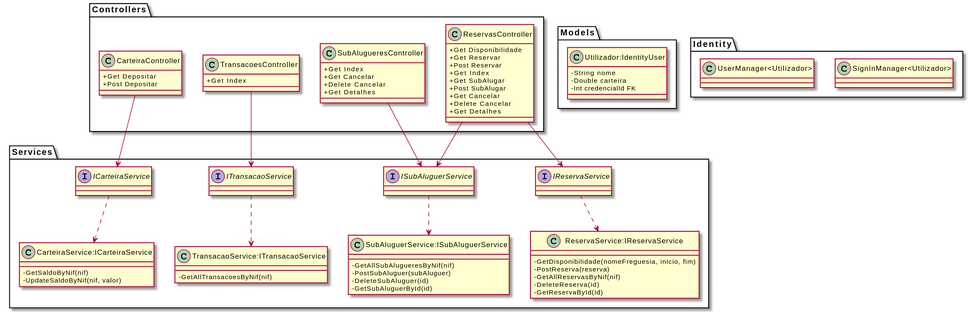
UPskillDOTNET/Jakim-das-Coives-S.A. keeps this PlantUML diagram as Documentos/Sprint4/Design OO/CD-FrontEnd.svg. Above is the earlier version.
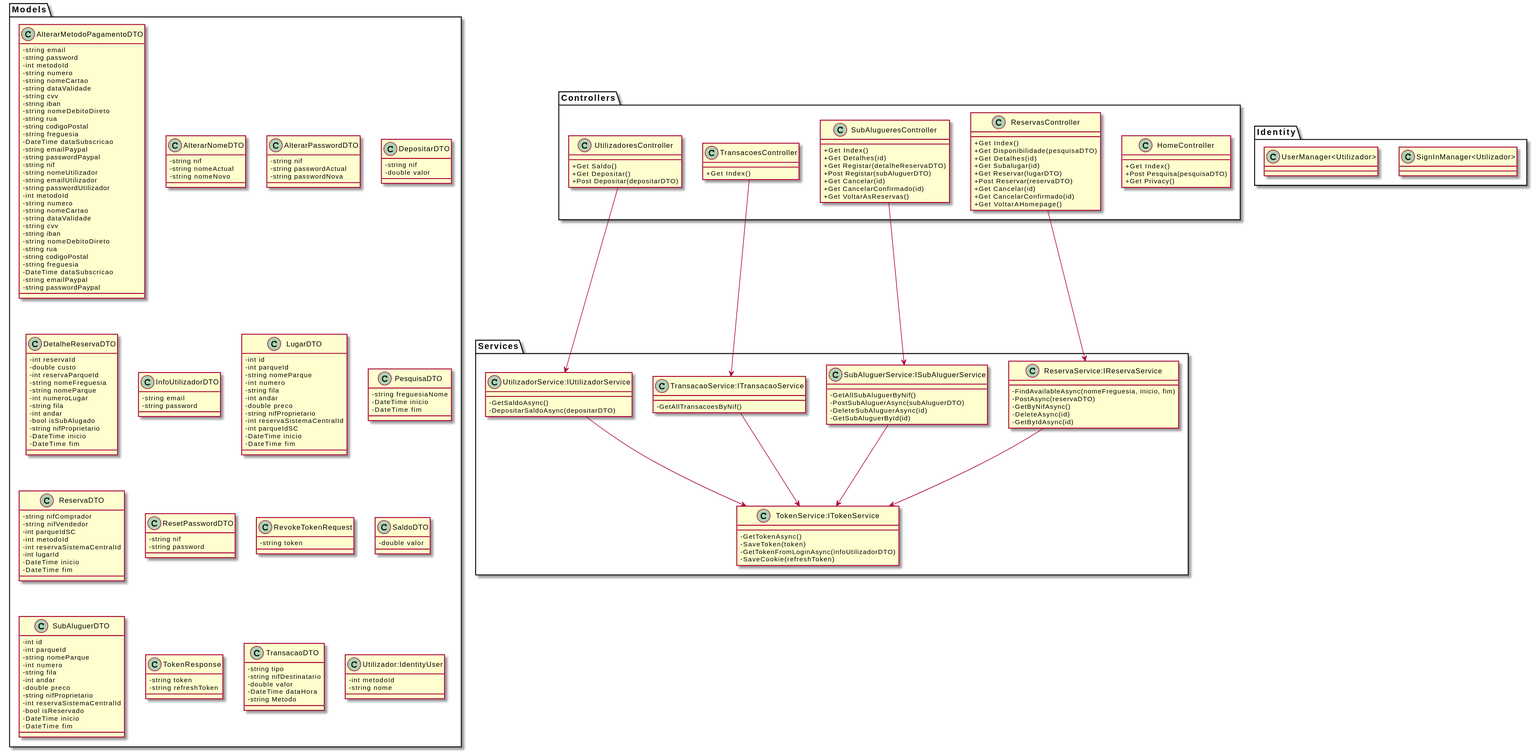
Later version of the same file.

The edit, as a diff of the source:
```diff
@@ -4,73 +4,233 @@
 package Services <<Folder>> {
 
 class ReservaService:IReservaService {
-  - GetDisponibilidade(nomeFreguesia, inicio, fim)
-  - PostReserva(reserva)
-  - GetAllReservasByNif(nif)
-  - DeleteReserva(id)
-  - GetReservaById(id)
+  - FindAvailableAsync(nomeFreguesia, inicio, fim)
+  - PostAsync(reservaDTO)
+  - GetByNifAsync()
+  - DeleteAsync(id)
+  - GetByIdAsync(id)
 }
-interface IReservaService {}
 
 class SubAluguerService:ISubAluguerService {
-  - GetAllSubAlugueresByNif(nif)
-  - PostSubAluguer(subAluguer)
-  - DeleteSubAluguer(id)
+  - GetAllSubAluguerByNif()
+  - PostSubAluguerAsync(subAluguerDTO)
+  - DeleteSubAluguerAsync(id)
   - GetSubAluguerById(id)
 }
-interface ISubAluguerService {}
+
+class TokenService:ITokenService {
+  - GetTokenAsync()
+  - SaveToken(token)
+  - GetTokenFromLoginAsync(infoUtilizadorDTO)
+  - SaveCookie(refreshToken)
+}
 
 class TransacaoService:ITransacaoService {
-  - GetAllTransacoesByNif(nif)
+  - GetAllTransacoesByNif()
 }
-interface ITransacaoService {}
 
-class CarteiraService:ICarteiraService {
-  - GetSaldoByNif(nif)
-  - UpdateSaldoByNif(nif, valor)
+class UtilizadorService:IUtilizadorService {
+  - GetSaldoAsync()
+  - DepositarSaldoAsync(depositarDTO)
 }
-interface ICarteiraService {}
 
 }
 
 package Controllers <<Folder>> {
 
+class HomeController {
+  +Get Index()
+  +Post Pesquisa(pesquisaDTO)
+  +Get Privacy()
+}
+
 class ReservasController {
-  +Get Disponibilidade
-  +Get Reservar
-  +Post Reservar
-  +Get Index
-  +Get SubAlugar
-  +Post SubAlugar
-  +Get Cancelar
-  +Delete Cancelar
-  +Get Detalhes
+  +Get Index()
+  +Get Disponibilidade(pesquisaDTO)
+  +Get Detalhes(id)
+  +Get Subalugar(id)
+  +Get Reservar(lugarDTO)
+  +Post Reservar(reservaDTO)
+  +Get Cancelar(id)
+  +Get CancelarConfirmado(id)
+  +Get VoltarAHomepage()
 }
 
 class SubAlugueresController {
-  +Get Index
-  +Get Cancelar
-  +Delete Cancelar
-  +Get Detalhes
+  +Get Index()
+  +Get Detalhes(id)
+  +Get Registar(detalheReservaDTO)
+  +Post Registar(subAluguerDTO)
+  +Get Cancelar(id)
+  +Get CancelarConfirmado(id)
+  +Get VoltarAsReservas()
 }
 
 class TransacoesController {
-  +Get Index
+  +Get Index()
 }
 
-class CarteiraController {
-  +Get Depositar
-  +Post Depositar
+class UtilizadoresController {
+  +Get Saldo()
+  +Get Depositar()
+  +Post Depositar(depositarDTO)
 }
 
 }
 
 package Models <<Folder>> {
 
+class AlterarMetodoPagamentoDTO{
+  -string email
+  -string password
+  -int metodoId
+  -string numero
+  -string nomeCartao
+  -string dataValidade
+  -string cvv
+  -string iban
+  -string nomeDebitoDireto
+  -string rua
+  -string codigoPostal
+  -string freguesia
+  -DateTime dataSubscricao
+  -string emailPaypal
+  -string passwordPaypal
+}
+
+class AlterarNomeDTO{
+  -string nif
+  -string nomeActual
+  -string nomeNovo
+}
+
+class AlterarPasswordDTO{
+  -string nif
+  -string passwordActual
+  -string passwordNova
+}
+
+class DepositarDTO{
+  -string nif
+  -double valor
+}
+
+class DetalheReservaDTO{
+  -int reservaId
+  -double custo
+  -int reservaParqueId
+  -string nomeFreguesia
+  -string nomeParque
+  -int numeroLugar
+  -string fila
+  -int andar
+  -bool isSubAlugado
+  -string nifProprietario
+  -DateTime inicio
+  -DateTime fim
+}
+
+class InfoUtilizadorDTO{
+  -string email
+  -string password
+}
+
+class LugarDTO{
+  -int id
+  -int parqueId
+  -string nomeParque
+  -int numero
+  -string fila
+  -int andar
+  -double preco
+  -string nifProprietario
+  -int reservaSistemaCentralId
+  -int parqueIdSC
+  -DateTime inicio
+  -DateTime fim
+}
+
+class PesquisaDTO{
+  -string freguesiaNome
+  -DateTime inicio
+  -DateTime fim
+}
+
+class AlterarMetodoPagamentoDTO{
+  -string nif
+  -string nomeUtilizador
+  -string emailUtilizador
+  -string passwordUtilizador
+  -int metodoId
+  -string numero
+  -string nomeCartao
+  -string dataValidade
+  -string cvv
+  -string iban
+  -string nomeDebitoDireto
+  -string rua
+  -string codigoPostal
+  -string freguesia
+  -DateTime dataSubscricao
+  -string emailPaypal
+  -string passwordPaypal
+}
+
+class ReservaDTO{
+  -string nifComprador
+  -string nifVendedor
+  -int parqueIdSC
+  -int metodoId
+  -int reservaSistemaCentralId
+  -int lugarId
+  -DateTime inicio
+  -DateTime fim
+}
+
+class ResetPasswordDTO{
+  -string nif
+  -string password
+}
+
+class RevokeTokenRequest{
+  -string token
+}
+
+class SaldoDTO{
+  -double valor
+}
+
+class SubAluguerDTO{
+  -int id
+  -int parqueId
+  -string nomeParque
+  -int numero
+  -string fila
+  -int andar
+  -double preco
+  -string nifProprietario
+  -int reservaSistemaCentralId
+  -bool isReservado
+  -DateTime inicio
+  -DateTime fim
+}
+
+class TokenResponse{
+  -string token
+  -string refreshToken
+}
+
+class TransacaoDTO{
+  -string tipo
+  -string nifDestinatario
+  -double valor
+  -DateTime dataHora
+  -string Metodo
+}
+
 class Utilizador:IdentityUser{
-  -String nome
-  -Double carteira
-  -Int credencialId FK
+  -int metodoId
+  -string nome
 }
 
 }
@@ -83,14 +243,13 @@
 
 }
 
-ReservasController --> "IReservaService"
-ReservasController --> "ISubAluguerService"
-SubAlugueresController --> "ISubAluguerService"
-TransacoesController --> "ITransacaoService"
-CarteiraController --> "ICarteiraService"
+ReservasController --> "ReservaService:IReservaService"
+SubAlugueresController --> "SubAluguerService:ISubAluguerService"
+TransacoesController --> "TransacaoService:ITransacaoService"
+UtilizadoresController --> "UtilizadorService:IUtilizadorService"
 
-"IReservaService" ..> "ReservaService:IReservaService"
-"ISubAluguerService" ..> "SubAluguerService:ISubAluguerService"
-"ITransacaoService" ..> "TransacaoService:ITransacaoService"
-"ICarteiraService" ..> "CarteiraService:ICarteiraService"
+"ReservaService:IReservaService" --> "TokenService:ITokenService"
+"SubAluguerService:ISubAluguerService" --> "TokenService:ITokenService"
+"TransacaoService:ITransacaoService" --> "TokenService:ITokenService"
+"UtilizadorService:IUtilizadorService" --> "TokenService:ITokenService"
 @enduml
```
